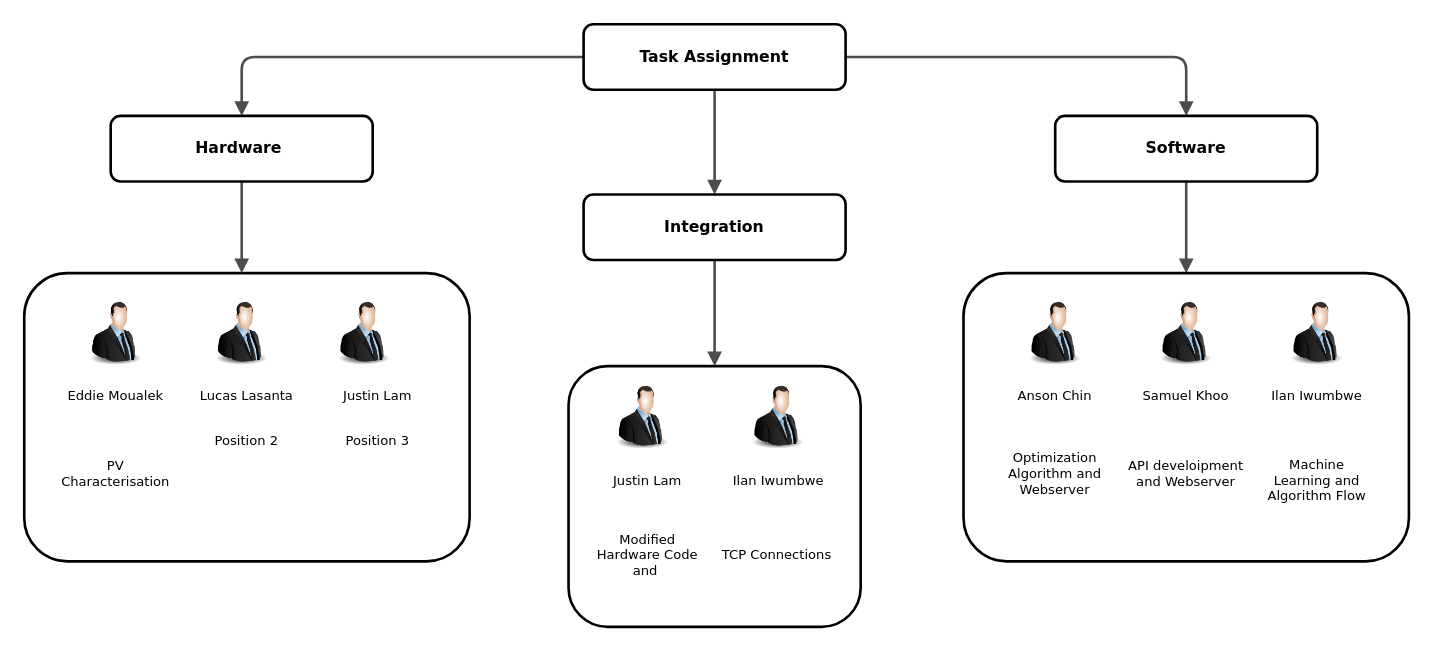
The draw.io diagram tasks.drawio in chinjyanson/SmartGrid, before the edit. Source tidied: cells renumbered, new cells numbered last; positions are measured from the earlier drawing's top-left corner, leaving out a move shared by most shapes. Both pictures are drawn from the tidied source at 131%, with x=0, y=0 at pixel (24, 24).
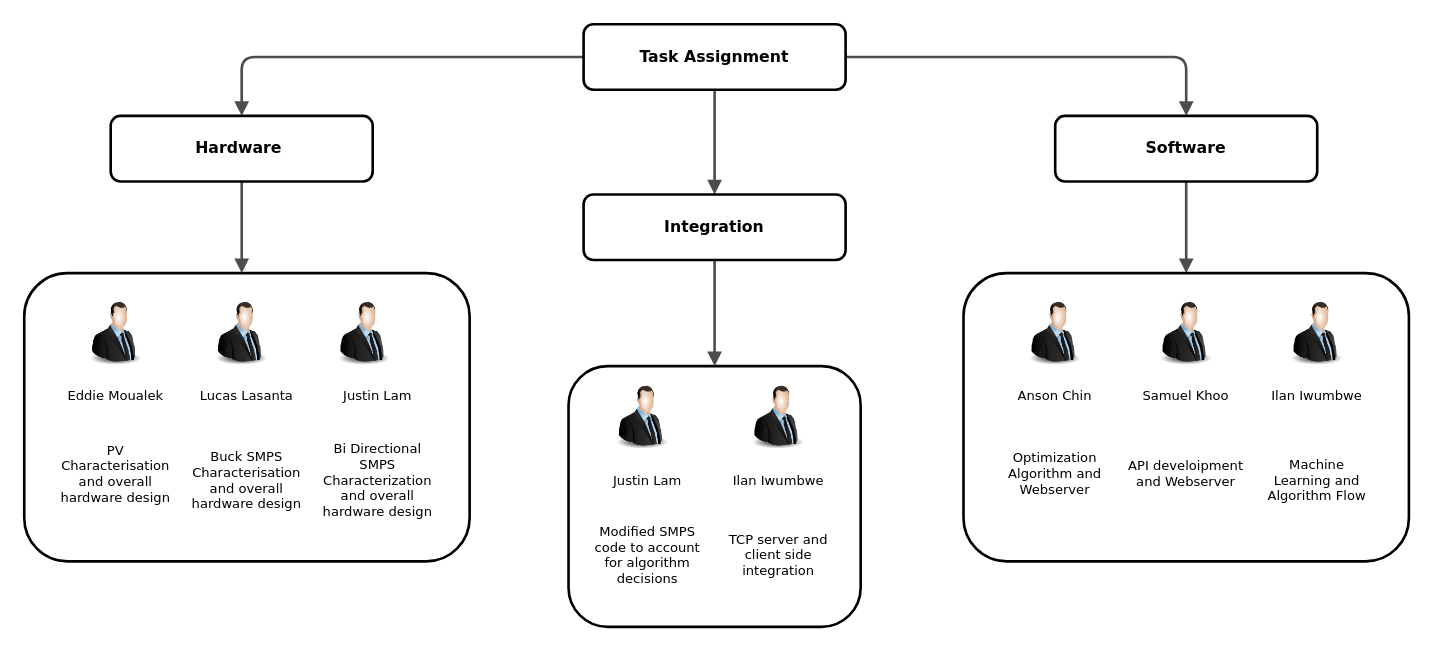
The same page after the edit.

What changed in the source:
```diff
@@
-    <mxCell id="13" value="PV Characterisation" style="text;html=1;strokeColor=none;fillColor=none;align=center;verticalAlign=middle;whiteSpace=wrap;rounded=1;shadow=0;comic=0;fontFamily=Verdana;fontSize=10;" parent="1" vertex="1">
+    <mxCell id="13" value="PV Characterisation and overall hardware design" style="text;html=1;strokeColor=none;fillColor=none;align=center;verticalAlign=middle;whiteSpace=wrap;rounded=1;shadow=0;comic=0;fontFamily=Verdana;fontSize=10;" parent="1" vertex="1">
       <mxGeometry x="25" y="305" width="90" height="75" as="geometry" />
     </mxCell>
-    <mxCell id="14" value="Position 2" style="text;html=1;strokeColor=none;fillColor=none;align=center;verticalAlign=middle;whiteSpace=wrap;rounded=1;shadow=0;comic=0;fontFamily=Verdana;fontSize=10;" parent="1" vertex="1">
-      <mxGeometry x="125" y="305" width="90" height="25" as="geometry" />
+    <mxCell id="14" value="Buck SMPS Characterisation and overall hardware design" style="text;html=1;strokeColor=none;fillColor=none;align=center;verticalAlign=middle;whiteSpace=wrap;rounded=1;shadow=0;comic=0;fontFamily=Verdana;fontSize=10;" parent="1" vertex="1">
+      <mxGeometry x="125" y="305" width="90" height="85" as="geometry" />
     </mxCell>
-    <mxCell id="15" value="Position 3" style="text;html=1;strokeColor=none;fillColor=none;align=center;verticalAlign=middle;whiteSpace=wrap;rounded=1;shadow=0;comic=0;fontFamily=Verdana;fontSize=10;" parent="1" vertex="1">
-      <mxGeometry x="225" y="305" width="90" height="25" as="geometry" />
+    <mxCell id="15" value="Bi Directional SMPS Characterization and overall hardware design" style="text;html=1;strokeColor=none;fillColor=none;align=center;verticalAlign=middle;whiteSpace=wrap;rounded=1;shadow=0;comic=0;fontFamily=Verdana;fontSize=10;" parent="1" vertex="1">
+      <mxGeometry x="225" y="305" width="90" height="85" as="geometry" />
     </mxCell>
-    <mxCell id="16" value="Modified Hardware Code and&amp;nbsp;" style="text;html=1;strokeColor=none;fillColor=none;align=center;verticalAlign=middle;whiteSpace=wrap;rounded=1;shadow=0;comic=0;fontFamily=Verdana;fontSize=10;" parent="1" vertex="1">
+    <mxCell id="16" value="Modified SMPS code to account for algorithm decisions" style="text;html=1;strokeColor=none;fillColor=none;align=center;verticalAlign=middle;whiteSpace=wrap;rounded=1;shadow=0;comic=0;fontFamily=Verdana;fontSize=10;" parent="1" vertex="1">
       <mxGeometry x="430.5" y="370" width="90" height="70" as="geometry" />
     </mxCell>
@@
-    <mxCell id="19" value="TCP Connections&amp;nbsp;" style="text;html=1;strokeColor=none;fillColor=none;align=left;verticalAlign=middle;whiteSpace=wrap;rounded=1;shadow=0;comic=0;fontFamily=Verdana;fontSize=10;" parent="1" vertex="1">
+    <mxCell id="19" value="TCP server and client side integration" style="text;html=1;strokeColor=none;fillColor=none;align=center;verticalAlign=middle;whiteSpace=wrap;rounded=1;shadow=0;comic=0;fontFamily=Verdana;fontSize=10;" parent="1" vertex="1">
       <mxGeometry x="530.5" y="370" width="90" height="70" as="geometry" />
     </mxCell>
```
